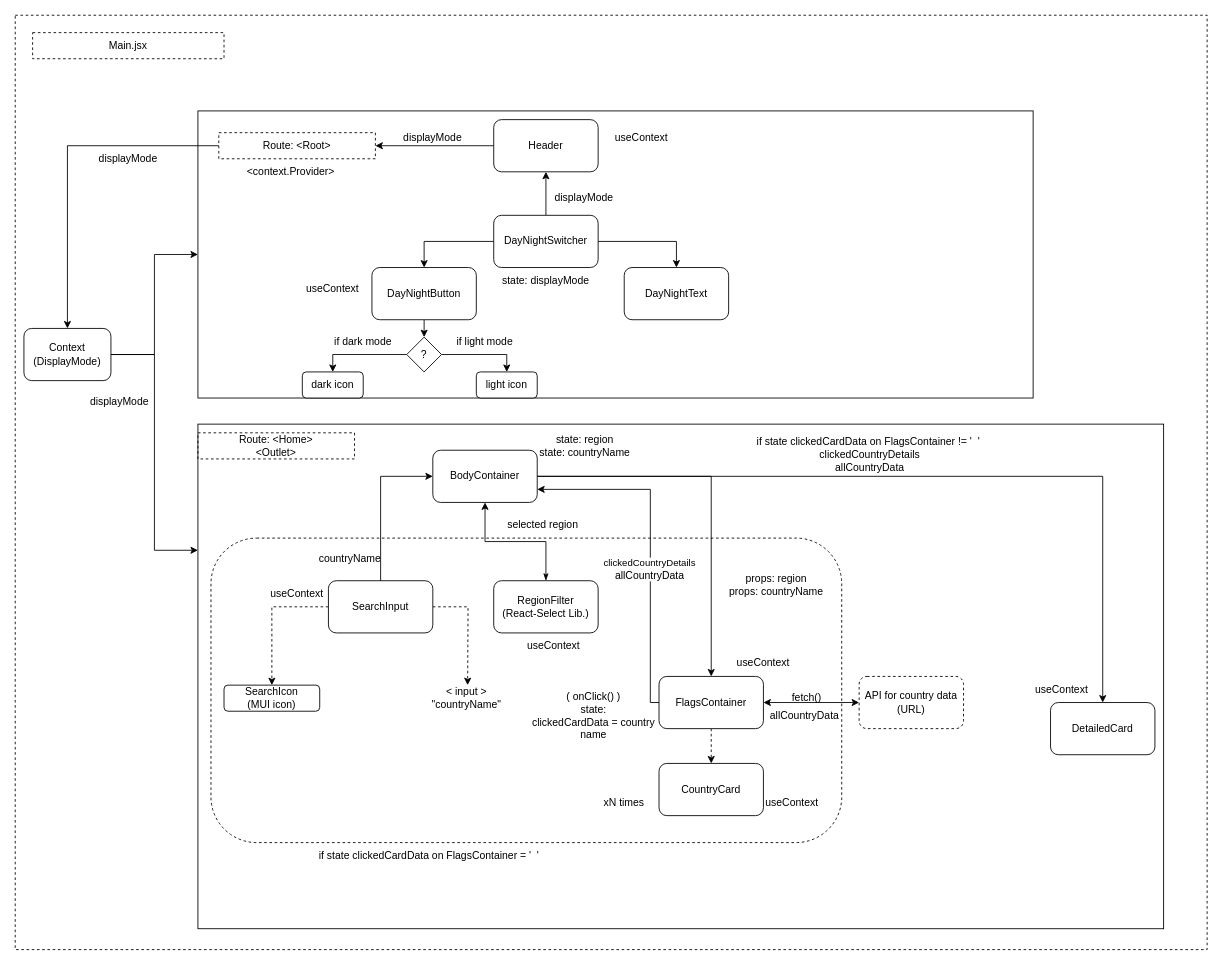
The draw.io diagram comp_architecture.drawio in aisiklar/REST_Countries_API_Project, before the edit. Source tidied: cells renumbered, new cells numbered last; positions are measured from the earlier drawing's top-left corner, leaving out a move shared by most shapes. Both pictures are drawn from the tidied source at 87%, with x=0, y=0 at pixel (15, 15).
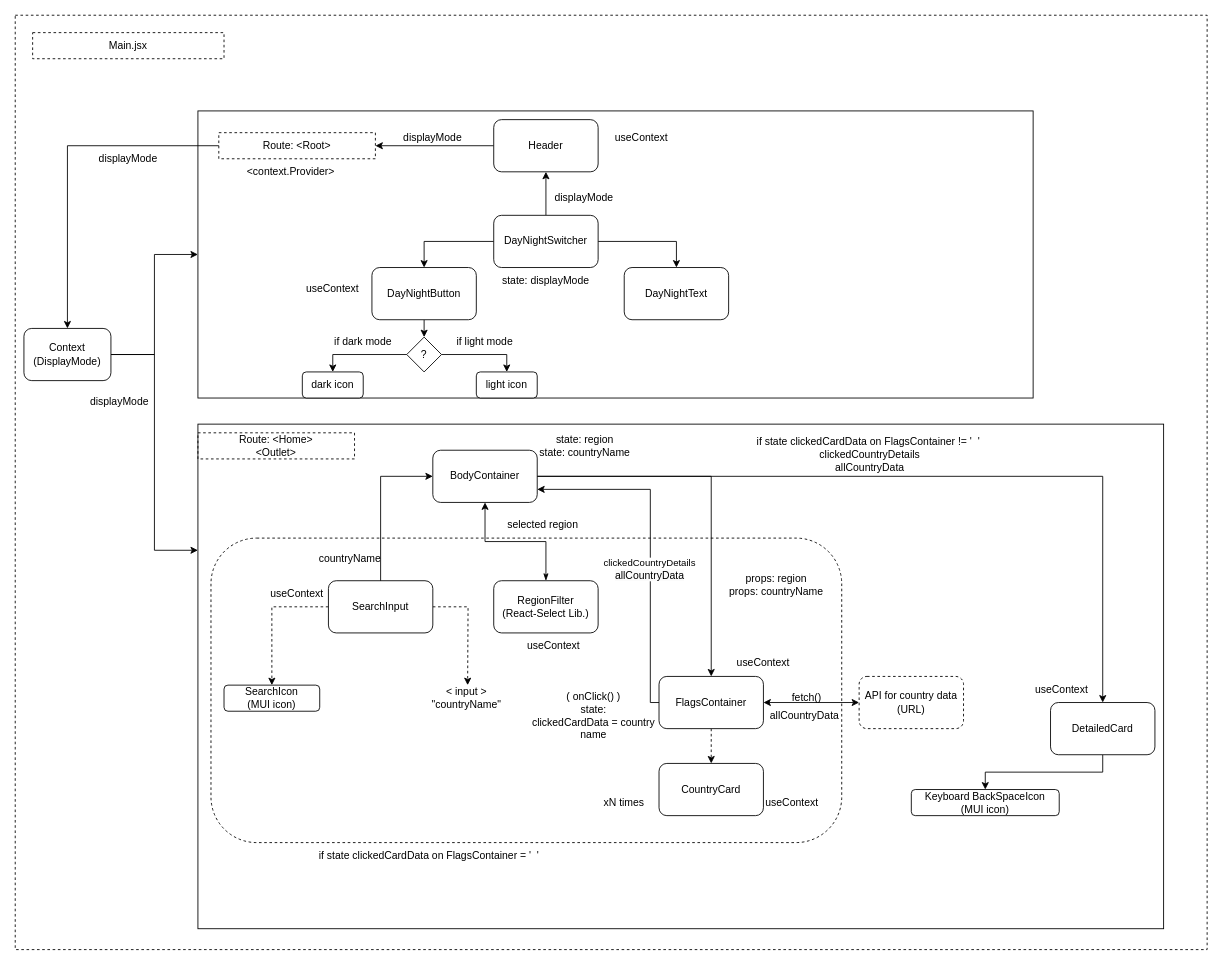
The same diagram, later.

Unchanged cells that the change refers to:
```xml
<mxCell id="40" value="DetailedCard" style="whiteSpace=wrap;html=1;rounded=1;" parent="1" vertex="1">
  <mxGeometry x="1190" y="790" width="120" height="60" as="geometry" />
</mxCell>
```

Diff of the diagram source:
```diff
@@
+    <mxCell id="71" style="edgeStyle=orthogonalEdgeStyle;rounded=0;jettySize=auto;html=1;" parent="1" edge="1" source="40" target="72">
+      <mxGeometry relative="1" as="geometry" />
+    </mxCell>
@@
+    <mxCell id="72" value="Keyboard BackSpaceIcon&lt;br&gt;(MUI icon)" style="whiteSpace=wrap;html=1;rounded=1;" parent="1" vertex="1">
+      <mxGeometry x="1030" y="890" width="170" height="30" as="geometry" />
+    </mxCell>
```
